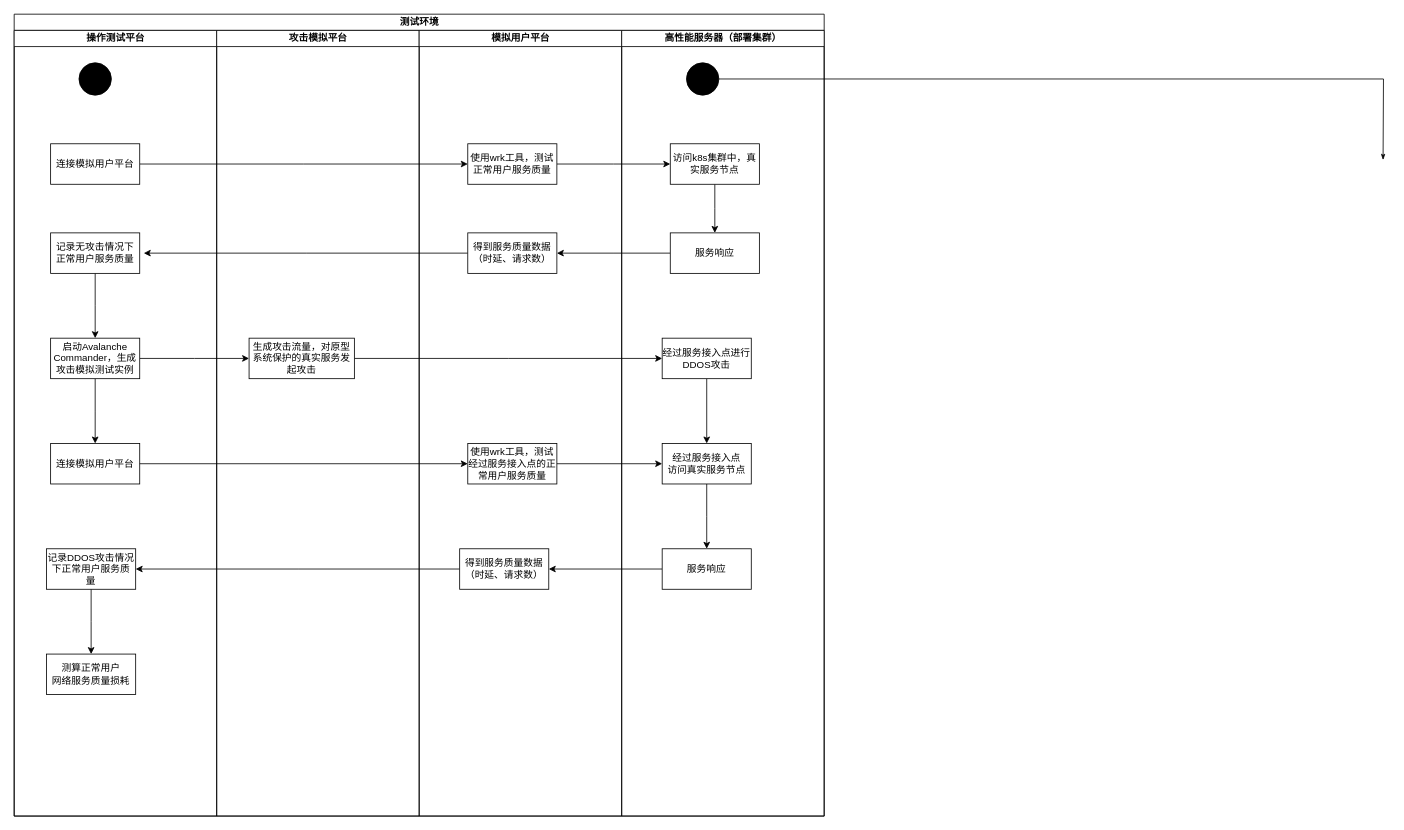
The draw.io diagram datames.drawio in Norton-Lin/Picture, before the edit. Source tidied: cells renumbered, new cells numbered last; positions are measured from the earlier drawing's top-left corner, leaving out a move shared by most shapes. Both pictures are drawn from the tidied source at 81%, with x=0, y=0 at pixel (14, 14).
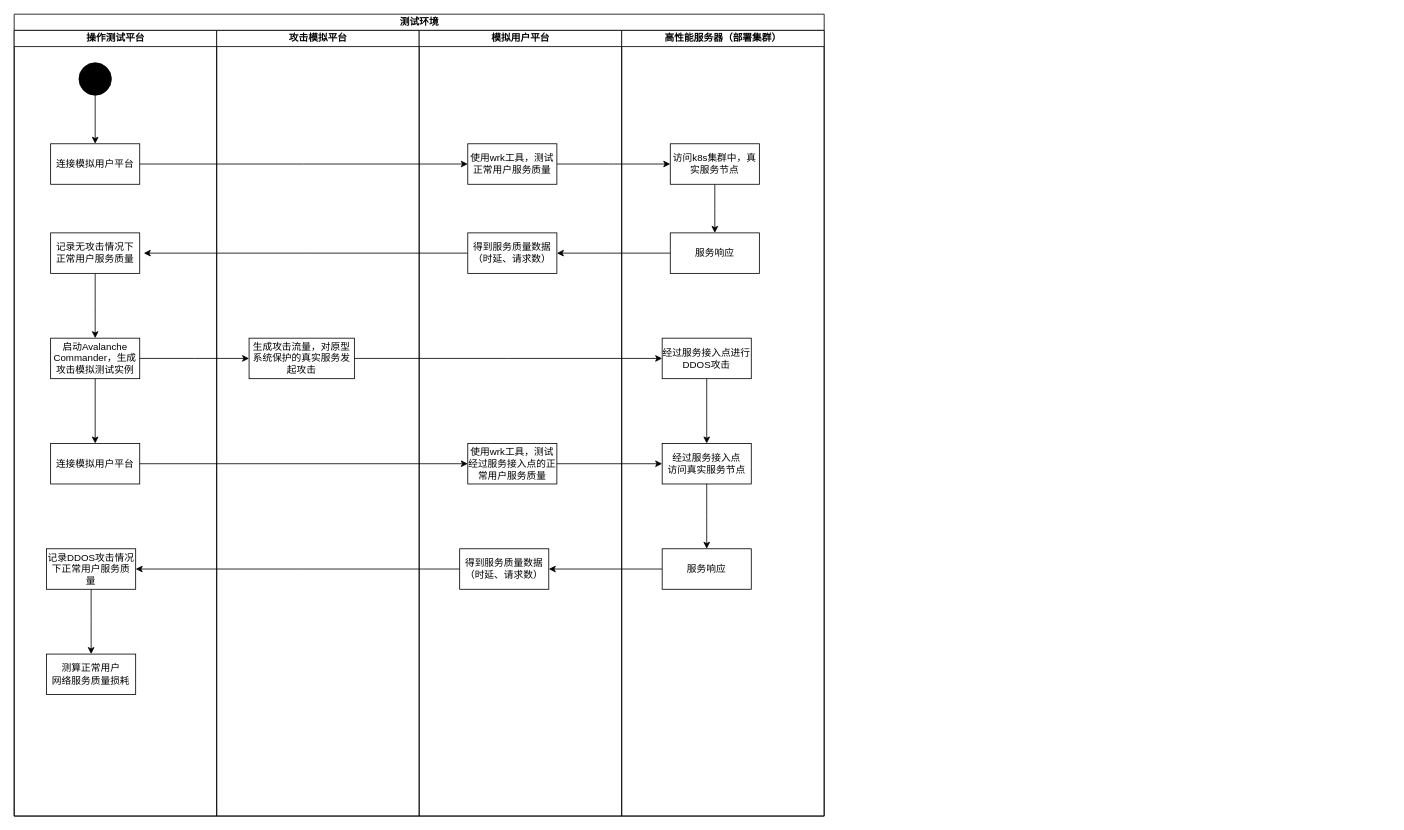
The same diagram, later.

The change refers to these unchanged cells:
```xml
<mxCell id="3" value="操作测试平台" style="swimlane;html=1;startSize=20;" parent="2" vertex="1">
  <mxGeometry y="20" width="250" height="970" as="geometry" />
</mxCell>
<mxCell id="4" style="ellipse;whiteSpace=wrap;html=1;rounded=0;shadow=0;comic=0;labelBackgroundColor=none;strokeWidth=1;fillColor=#000000;fontFamily=Verdana;fontSize=12;align=center;" parent="3" vertex="1">
  <mxGeometry x="80" y="40" width="40" height="40" as="geometry" />
</mxCell>
<mxCell id="6" value="连接模拟用户平台" style="html=1;whiteSpace=wrap;" parent="3" vertex="1">
  <mxGeometry x="45" y="140" width="110" height="50" as="geometry" />
</mxCell>
<mxCell id="28" value="高性能服务器（部署集群）" style="swimlane;html=1;startSize=20;" parent="2" vertex="1">
  <mxGeometry x="750" y="20" width="250" height="970" as="geometry" />
</mxCell>
```

What changed in the source:
```diff
@@
+    <mxCell id="42" style="edgeStyle=orthogonalEdgeStyle;rounded=0;jettySize=auto;html=1;entryX=0.5;entryY=0;entryDx=0;entryDy=0;" parent="3" edge="1" source="4" target="6">
+      <mxGeometry relative="1" as="geometry" />
+    </mxCell>
@@
-    <mxCell id="29" style="ellipse;whiteSpace=wrap;html=1;rounded=0;shadow=0;comic=0;labelBackgroundColor=none;strokeWidth=1;fillColor=#000000;fontFamily=Verdana;fontSize=12;align=center;" parent="28" vertex="1">
-      <mxGeometry x="80" y="40" width="40" height="40" as="geometry" />
-    </mxCell>
@@
-    <mxCell id="41" style="edgeStyle=orthogonalEdgeStyle;rounded=0;html=1;labelBackgroundColor=none;startArrow=none;startFill=0;startSize=5;endArrow=classicThin;endFill=1;endSize=5;jettySize=auto;strokeWidth=1;fontFamily=Verdana;fontSize=12;" parent="1" edge="1" source="29">
-      <mxGeometry relative="1" as="geometry">
-        <mxPoint x="1690" y="180" as="targetPoint" />
-      </mxGeometry>
-    </mxCell>
```
